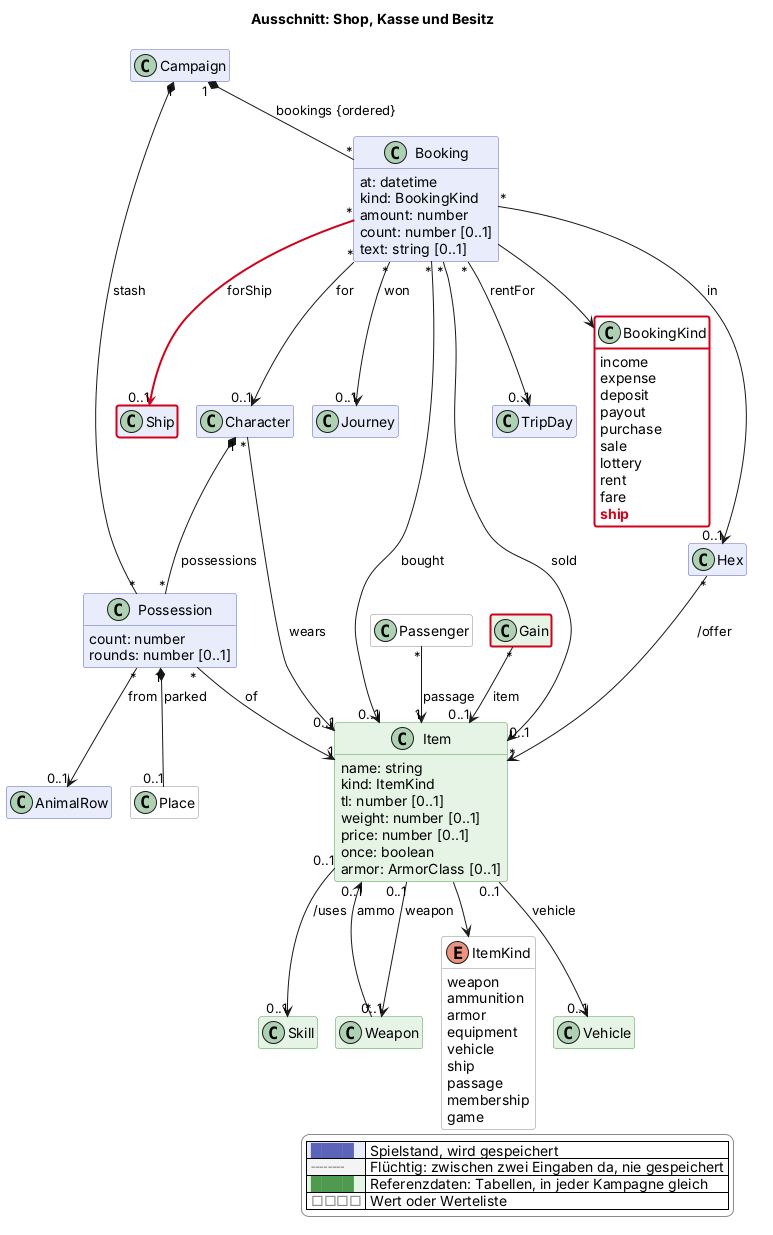
Before: docs/views/shop.png, a diagram exported from PlantUML (scuzzar/SRE). Its diagram source:
```plantuml
@startuml
!if %not(%variable_exists("$change"))
!$change = "*"
!endif
!function $marked($c)
!return $change == "*" || $change == $c
!endfunction
!function $new($c, $t)
!if $marked($c)
!return "<color:#d0021b><b>" + $t + "</b></color>"
!endif
!return $t
!endfunction
!procedure $gone($c, $t)
!if $marked($c)
<color:#d0021b><s>$t</s></color>
!endif
!endprocedure
!function $newClass($c)
!if $marked($c)
!return "#line:d0021b;line.bold"
!endif
!return ""
!endfunction
!function $newArrow($c)
!if $marked($c)
!return "[#d0021b,bold]"
!endif
!return ""
!endfunction
!function $goneArrow($c)
!if $marked($c)
!return "[#d0021b,dashed]"
!endif
!return ""
!endfunction
!pragma layout smetana
title Ausschnitt: Shop, Kasse und Besitz
hide empty members
hide methods
skinparam classAttributeIconSize 0
skinparam shadowing false
skinparam packageStyle rectangle
skinparam class {
  BackgroundColor #e8ecfb
  BorderColor #5b64b8
  BackgroundColor<<transient>> #f4f4f4
  BorderColor<<transient>> #8a8a8a
  BackgroundColor<<reference>> #e6f4e6
  BorderColor<<reference>> #4f9a4f
  BackgroundColor<<value>> #ffffff
  BorderColor<<value>> #8a8a8a
}
skinparam legendBackgroundColor #ffffff
skinparam legendBorderColor #8a8a8a
<style>
classDiagram {
  class {
    .transient {
      LineStyle 5-3
    }
  }
}
</style>
hide <<transient>> stereotype
hide <<reference>> stereotype
hide <<value>> stereotype

  class Campaign $kampagne
  class Booking $shop {
    at: datetime
    kind: BookingKind
    amount: number
    count: number [0..1]
    text: string [0..1]
  }
  enum BookingKind <<value>> $shop {
    income
    expense
    deposit
    payout
    purchase
    sale
    lottery
    rent
    fare
    $new("2026-11-16", "ship")
  }
  class Character $charakter
  class Possession $shop {
    count: number
    rounds: number [0..1]
  }

  class Ship $schiffe $newClass("2026-11-16")


  class Hex $sektor


  class Journey $reise
  class Passenger <<value>> $reise

  class AnimalRow $begegnung

  class Skill <<reference>> $charakter
  class Gain <<reference>> $erschaffung
  class Item <<reference>> $shop {
    name: string
    kind: ItemKind
    tl: number [0..1]
    weight: number [0..1]
    price: number [0..1]
    once: boolean
    armor: ArmorClass [0..1]
  }
  class Weapon <<reference>> $kampf
  enum ItemKind <<value>> $shop {
    weapon
    ammunition
    armor
    equipment
    vehicle
    ship
    passage
    membership
    game
  }
  class Place <<value>> $oberflaeche
  class Vehicle <<reference>> $logistik
  class TripDay $logistik

Campaign "1" *-- "*" Booking : bookings {ordered}
Booking "*" --> "0..1" Character : for
Booking "*" --> "0..1" Item : bought
Booking "*" --> "0..1" Item : sold
Booking "*" --> "0..1" Hex : in
Booking --> BookingKind

Booking "*" -$newArrow("2026-11-16")-> "0..1" Ship : forShip

Passenger "*" --> "1" Item : passage
Booking "*" --> "0..1" Journey : won


Gain "*" --> "0..1" Item : item

Item "0..1" --> "0..1" Vehicle : vehicle
Booking "*" --> "0..1" TripDay : rentFor
Possession "1" *-- "0..1" Place : parked

Character "1" *-- "*" Possession : possessions
Campaign "1" *-- "*" Possession : stash
Possession "*" --> "1" Item : of
Item --> ItemKind
Item "0..1" --> "0..1" Skill : /uses
Item "0..1" --> "0..1" Weapon : weapon

Weapon "*" --> "0..1" Item : ammo
Hex "*" --> "*" Item : /offer

Possession "*" --> "0..1" AnimalRow : from



Character "*" --> "0..1" Item : wears



legend right
  |<#e8ecfb> <color:#5b64b8>████</color> | Spielstand, wird gespeichert |
  |<#f4f4f4> <color:#8a8a8a>╌╌╌╌</color> | Flüchtig: zwischen zwei Eingaben da, nie gespeichert |
  |<#e6f4e6> <color:#4f9a4f>████</color> | Referenzdaten: Tabellen, in jeder Kampagne gleich |
  |<#ffffff> <color:#8a8a8a>□□□□</color> | Wert oder Werteliste |
endlegend
class BookingKind #line:d0021b;line.bold
class Ship #line:d0021b;line.bold
class Gain #line:d0021b;line.bold
@enduml
```
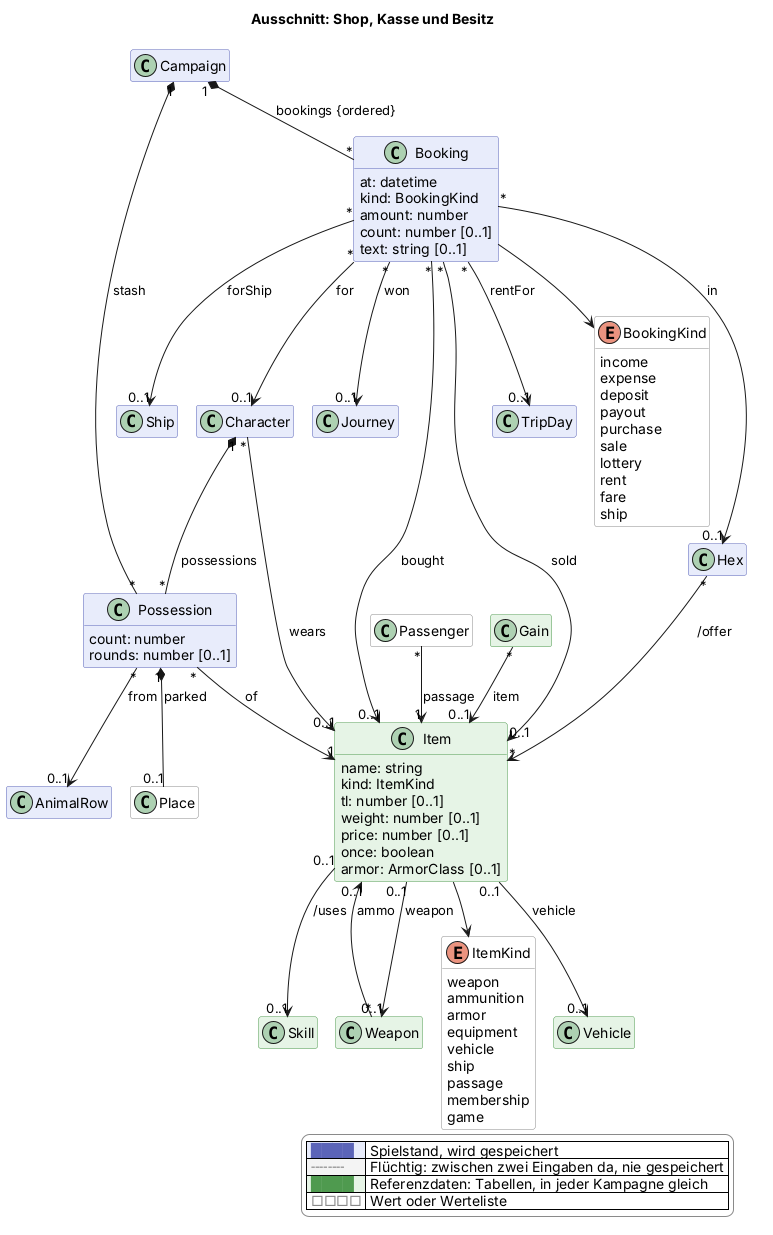
The same diagram one commit later.

Change to the diagram source:
```diff
@@ -84,7 +84,7 @@
     lottery
     rent
     fare
-    $new("2026-11-16", "ship")
+    ship
   }
   class Character $charakter
   class Possession $shop {
@@ -92,7 +92,7 @@
     rounds: number [0..1]
   }
 
-  class Ship $schiffe $newClass("2026-11-16")
+  class Ship $schiffe
 
 
   class Hex $sektor
@@ -137,7 +137,7 @@
 Booking "*" --> "0..1" Hex : in
 Booking --> BookingKind
 
-Booking "*" -$newArrow("2026-11-16")-> "0..1" Ship : forShip
+Booking "*" --> "0..1" Ship : forShip
 
 Passenger "*" --> "1" Item : passage
 Booking "*" --> "0..1" Journey : won
@@ -173,7 +173,4 @@
   |<#e6f4e6> <color:#4f9a4f>████</color> | Referenzdaten: Tabellen, in jeder Kampagne gleich |
   |<#ffffff> <color:#8a8a8a>□□□□</color> | Wert oder Werteliste |
 endlegend
-class BookingKind #line:d0021b;line.bold
-class Ship #line:d0021b;line.bold
-class Gain #line:d0021b;line.bold
 @enduml
```
